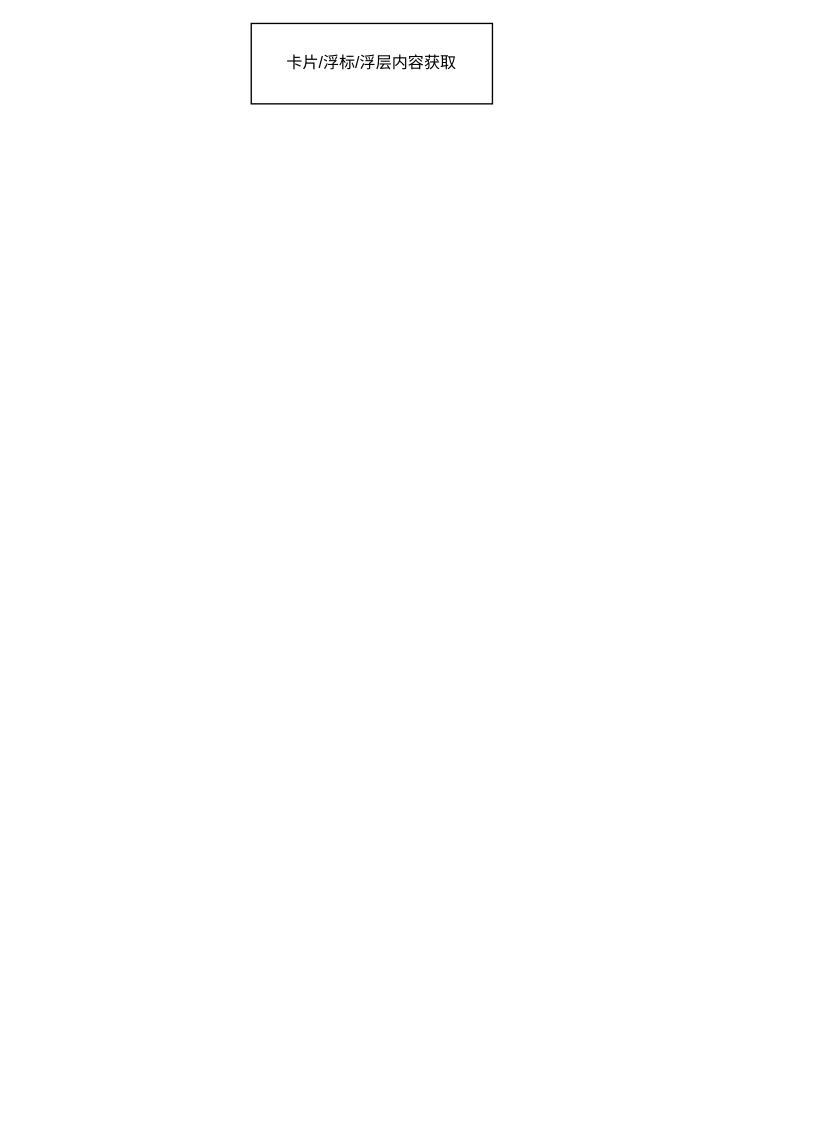
The draw.io diagram 非标跳转福利中心.drawio in ETHAN0430/draw.io.repo, before the edit. Source tidied: cells renumbered, new cells numbered last; positions are measured from the earlier drawing's top-left corner, leaving out a move shared by most shapes. Both pictures are drawn from the tidied source at 134%, with x=0, y=0 at pixel (251, 23).
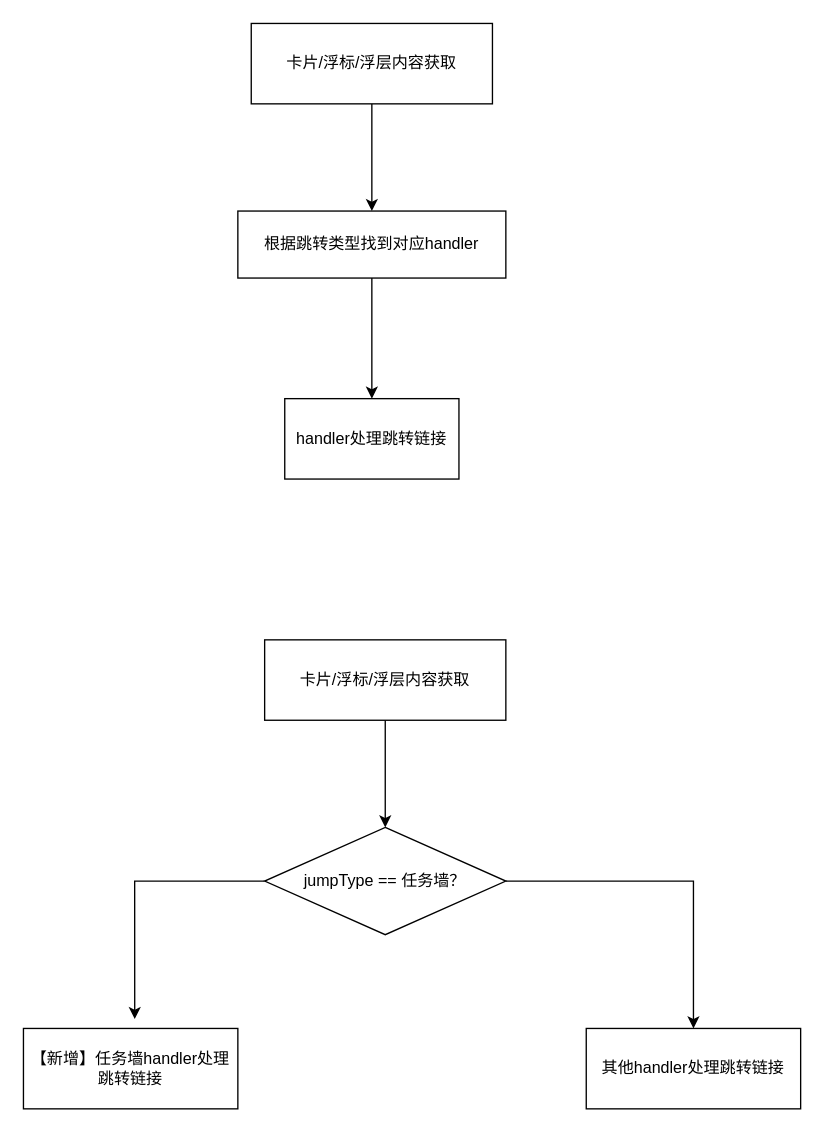
The same page after the edit.

Commit message (it also covers changes not shown here):
更新非标跳转福利中心.drawio

What changed in the source:
```diff
@@
 <mxGraphModel>
   <root>
     <mxCell id="0" />
     <mxCell id="1" parent="0" />
+    <mxCell id="3" style="edgeStyle=orthogonalEdgeStyle;rounded=0;jettySize=auto;html=1;" parent="1" edge="1" source="2">
+      <mxGeometry relative="1" as="geometry">
+        <mxPoint x="90" y="140" as="targetPoint" />
+      </mxGeometry>
+    </mxCell>
     <mxCell id="2" value="卡片/浮标/浮层内容获取" style="whiteSpace=wrap;html=1;" parent="1" vertex="1">
       <mxGeometry width="180" height="60" as="geometry" />
     </mxCell>
+    <mxCell id="4" style="edgeStyle=orthogonalEdgeStyle;rounded=0;jettySize=auto;html=1;" parent="1" edge="1" source="5" target="6">
+      <mxGeometry relative="1" as="geometry" />
+    </mxCell>
+    <mxCell id="5" value="根据跳转类型找到对应handler" style="whiteSpace=wrap;html=1;" parent="1" vertex="1">
+      <mxGeometry x="-10" y="140" width="200" height="50" as="geometry" />
+    </mxCell>
+    <mxCell id="6" value="handler处理跳转链接" style="whiteSpace=wrap;html=1;" parent="1" vertex="1">
+      <mxGeometry x="25" y="280" width="130" height="60" as="geometry" />
+    </mxCell>
+    <mxCell id="7" style="edgeStyle=orthogonalEdgeStyle;rounded=0;jettySize=auto;html=1;" parent="1" edge="1" source="8">
+      <mxGeometry relative="1" as="geometry">
+        <mxPoint x="100" y="600" as="targetPoint" />
+      </mxGeometry>
+    </mxCell>
+    <mxCell id="8" value="卡片/浮标/浮层内容获取" style="whiteSpace=wrap;html=1;" parent="1" vertex="1">
+      <mxGeometry x="10" y="460" width="180" height="60" as="geometry" />
+    </mxCell>
+    <mxCell id="9" style="edgeStyle=orthogonalEdgeStyle;rounded=0;jettySize=auto;html=1;exitX=1;exitY=0.5;exitDx=0;exitDy=0;" parent="1" edge="1" source="13" target="10">
+      <mxGeometry relative="1" as="geometry" />
+    </mxCell>
+    <mxCell id="10" value="其他handler处理跳转链接" style="whiteSpace=wrap;html=1;" parent="1" vertex="1">
+      <mxGeometry x="250" y="750" width="160" height="60" as="geometry" />
+    </mxCell>
+    <mxCell id="11" value="【新增】任务墙handler处理跳转链接" style="whiteSpace=wrap;html=1;" parent="1" vertex="1">
+      <mxGeometry x="-170" y="750" width="160" height="60" as="geometry" />
+    </mxCell>
+    <mxCell id="12" style="edgeStyle=orthogonalEdgeStyle;rounded=0;jettySize=auto;html=1;entryX=0.519;entryY=-0.117;entryDx=0;entryDy=0;entryPerimeter=0;exitX=0;exitY=0.5;exitDx=0;exitDy=0;" parent="1" edge="1" source="13" target="11">
+      <mxGeometry relative="1" as="geometry" />
+    </mxCell>
+    <mxCell id="13" value="jumpType == 任务墙？" style="rhombus;whiteSpace=wrap;html=1;" parent="1" vertex="1">
+      <mxGeometry x="10" y="600" width="180" height="80" as="geometry" />
+    </mxCell>
   </root>
 </mxGraphModel>
```
